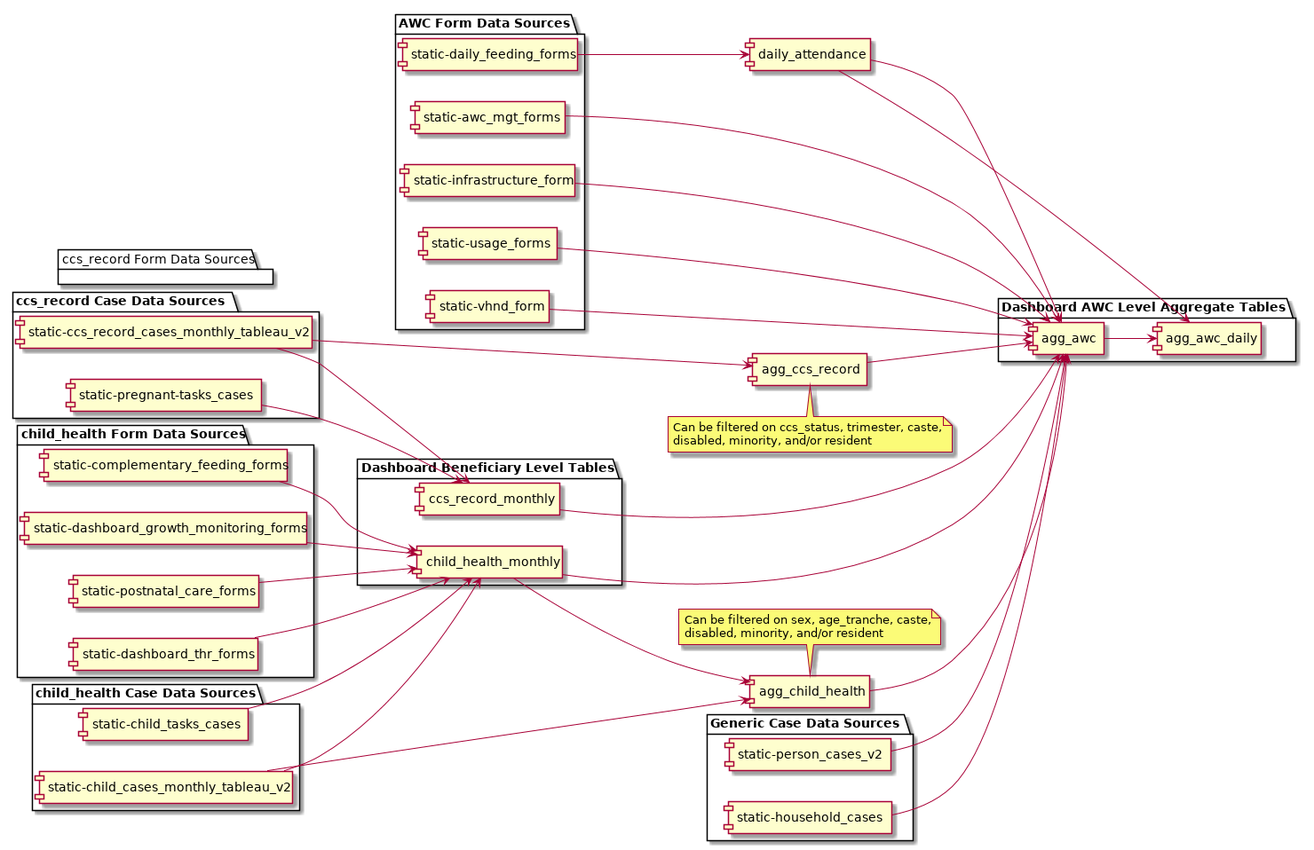
dimagi/commcare-hq keeps this PlantUML diagram as custom/icds_reports/docs/current_state_aggregation.png. Above is the earlier version.
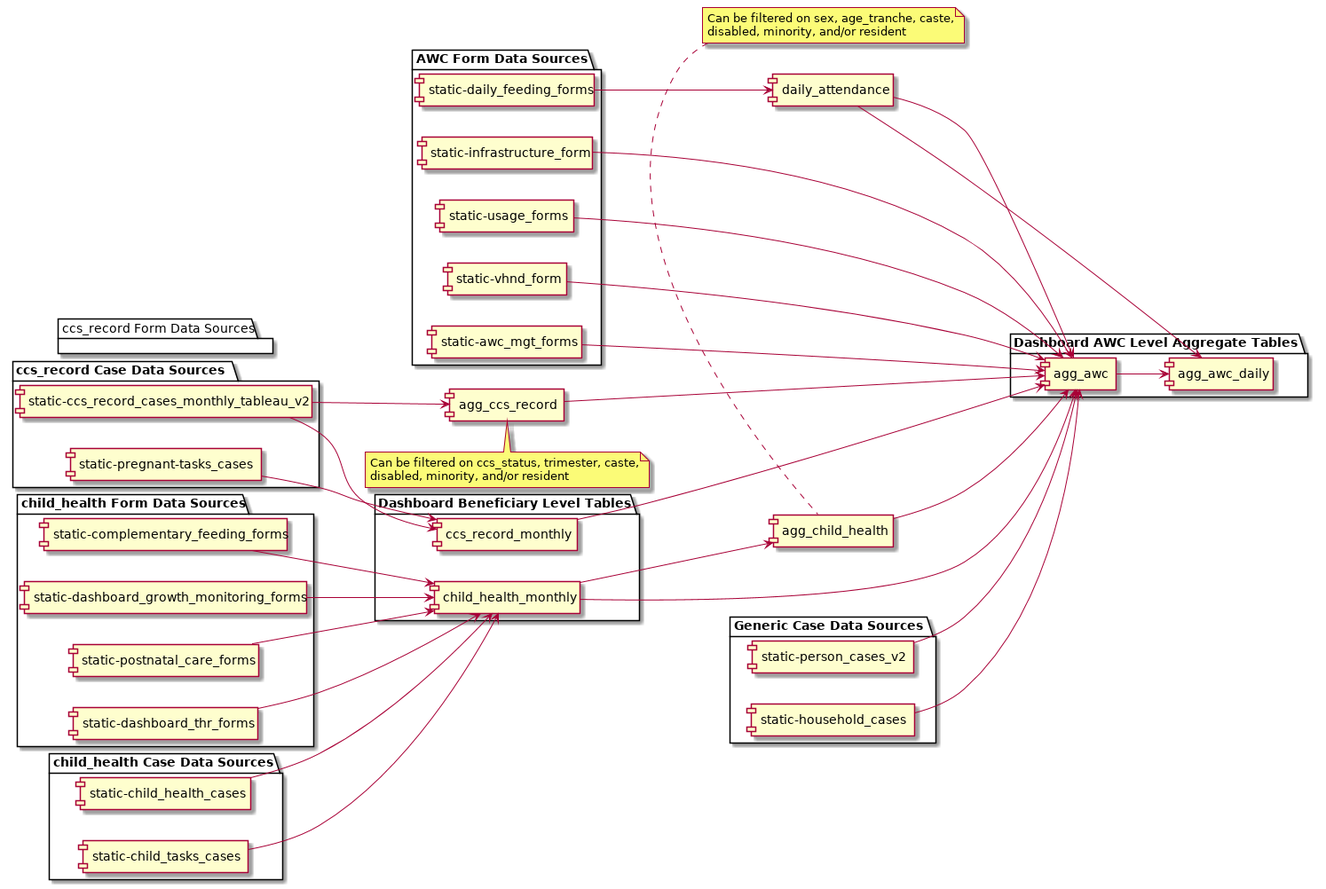
The same file after the commit.

Commit message:
Update aggregation flow chart

The edit, as a diff of the source:
```diff
@@ -21,7 +21,7 @@
 }
 
 package "child_health Case Data Sources" {
-  [static-child_cases_monthly_tableau_v2]
+  [static-child_health_cases]
   [static-child_tasks_cases]
 }
 
@@ -61,7 +61,7 @@
 [static-postnatal_care_forms] --> [child_health_monthly]
 [static-complementary_feeding_forms] --> [child_health_monthly]
 [static-dashboard_growth_monitoring_forms] --> [child_health_monthly]
-[static-child_cases_monthly_tableau_v2] --> [child_health_monthly]
+[static-child_health_cases] --> [child_health_monthly]
 [static-dashboard_thr_forms] --> [child_health_monthly]
 [static-child_tasks_cases] --> [child_health_monthly]
 
@@ -70,7 +70,6 @@
 
 [static-daily_feeding_forms] --> [daily_attendance]
 
-[static-child_cases_monthly_tableau_v2] --> [agg_child_health]
 [child_health_monthly] --> [agg_child_health]
 
 [static-ccs_record_cases_monthly_tableau_v2] --> [agg_ccs_record]
```
